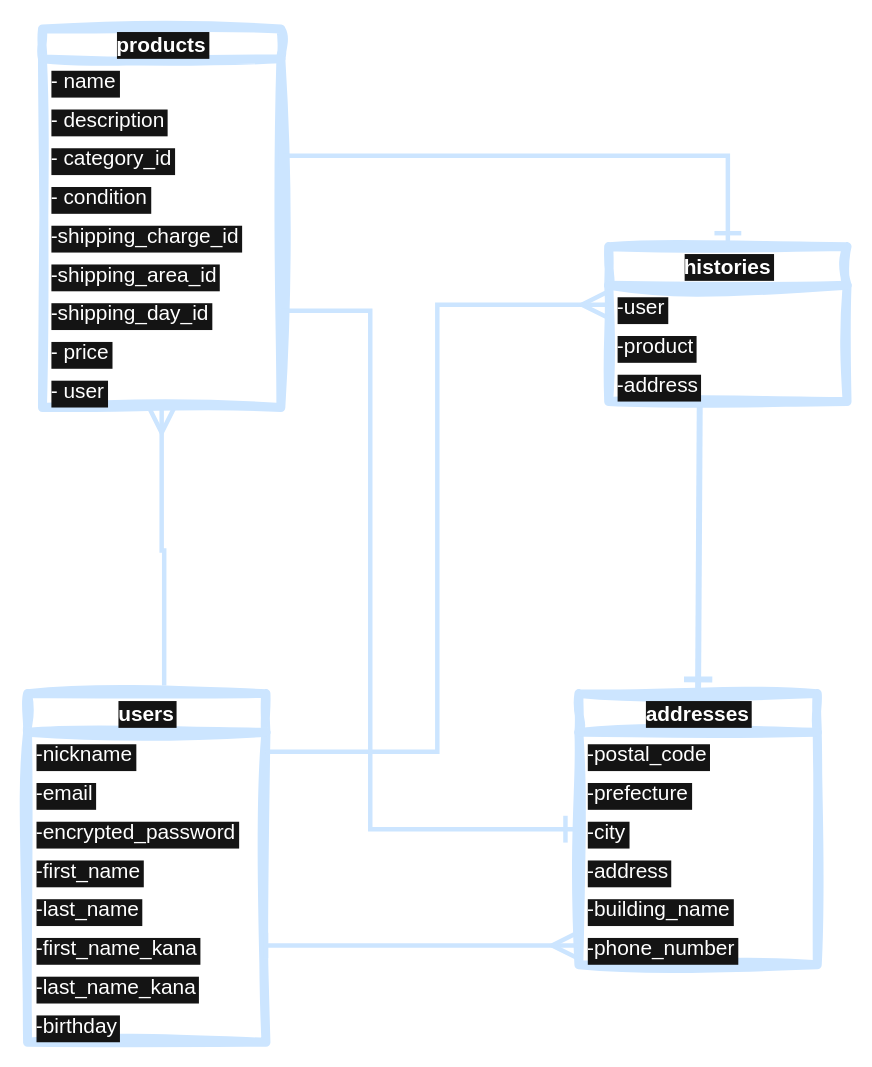
This is furima.dio from ganaha-mikoto/furima-40447, a draw.io file, before an edit. Source tidied: cells renumbered, new cells numbered last; positions are measured from the earlier drawing's top-left corner, leaving out a move shared by most shapes. Both pictures are drawn from the tidied source at 149%, with x=0, y=0 at pixel (27, 28).
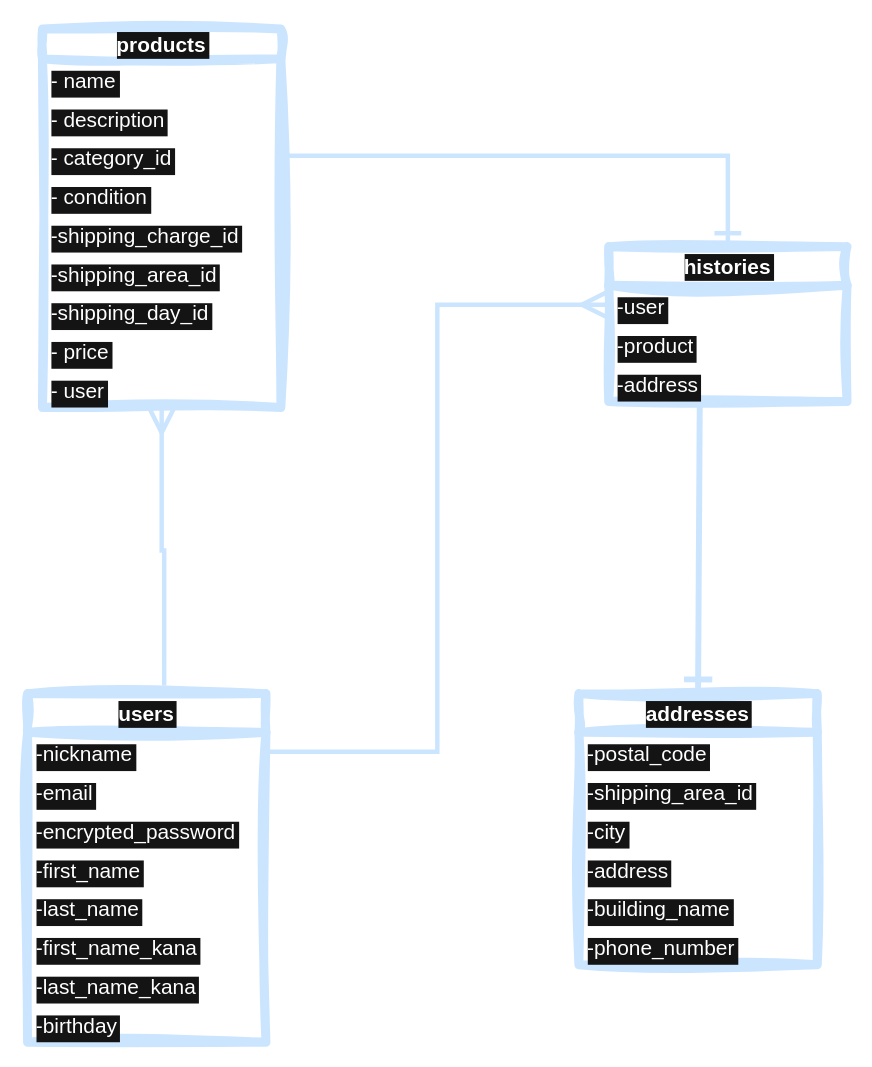
The same diagram, later.

Commit message (it also covers changes not shown here):
不要なオプションの削除

activehashのdefault: 0のオプション削除

The change refers to these unchanged cells:
```xml
<mxCell id="10" value="-first_name_kana" style="text;strokeColor=none;fillColor=none;align=left;verticalAlign=top;spacingLeft=4;spacingRight=4;overflow=hidden;points=[[0,0.5],[1,0.5]];portConstraint=eastwest;shadow=0;labelBackgroundColor=#141414;labelBorderColor=none;sketch=1;hachureGap=4;jiggle=2;curveFitting=1;strokeWidth=6;fontFamily=Helvetica;fontSize=14;fontColor=#FFFFFF;html=0;" parent="4" vertex="1">
  <mxGeometry y="156" width="160" height="26" as="geometry" />
</mxCell>
<mxCell id="13" value="addresses" style="swimlane;fontStyle=1;horizontal=1;startSize=26;shadow=0;labelBackgroundColor=#141414;labelBorderColor=none;sketch=1;hachureGap=4;jiggle=2;curveFitting=1;strokeColor=#CCE5FF;strokeWidth=6;fontFamily=Helvetica;fontSize=14;fontColor=#FFFFFF;fillColor=#FFFFFF;html=0;" parent="3" vertex="1">
  <mxGeometry x="370" y="446" width="160" height="182" as="geometry" />
</mxCell>
<mxCell id="16" value="-city" style="text;strokeColor=none;fillColor=none;align=left;verticalAlign=top;spacingLeft=4;spacingRight=4;overflow=hidden;points=[[0,0.5],[1,0.5]];portConstraint=eastwest;shadow=0;labelBackgroundColor=#141414;labelBorderColor=none;sketch=1;hachureGap=4;jiggle=2;curveFitting=1;strokeWidth=6;fontFamily=Helvetica;fontSize=14;fontColor=#FFFFFF;html=0;" parent="13" vertex="1">
  <mxGeometry y="78" width="160" height="26" as="geometry" />
</mxCell>
<mxCell id="19" value="-phone_number" style="text;strokeColor=none;fillColor=none;align=left;verticalAlign=top;spacingLeft=4;spacingRight=4;overflow=hidden;points=[[0,0.5],[1,0.5]];portConstraint=eastwest;shadow=0;labelBackgroundColor=#141414;labelBorderColor=none;sketch=1;hachureGap=4;jiggle=2;curveFitting=1;strokeWidth=6;fontFamily=Helvetica;fontSize=14;fontColor=#FFFFFF;html=0;" parent="13" vertex="1">
  <mxGeometry y="156" width="160" height="26" as="geometry" />
</mxCell>
<mxCell id="28" value="-shipping_day_id" style="text;strokeColor=none;fillColor=none;align=left;verticalAlign=top;spacingLeft=4;spacingRight=4;overflow=hidden;points=[[0,0.5],[1,0.5]];portConstraint=eastwest;shadow=0;labelBackgroundColor=#141414;labelBorderColor=none;sketch=1;hachureGap=4;jiggle=2;curveFitting=1;strokeWidth=6;fontFamily=Helvetica;fontSize=14;fontColor=#FFFFFF;html=0;" parent="21" vertex="1">
  <mxGeometry y="176" width="160" height="26" as="geometry" />
</mxCell>
```

What changed in the source:
```diff
@@
-    <mxCell id="15" value="-prefecture" style="text;strokeColor=none;fillColor=none;align=left;verticalAlign=top;spacingLeft=4;spacingRight=4;overflow=hidden;shadow=0;labelBackgroundColor=#141414;labelBorderColor=none;sketch=1;hachureGap=4;jiggle=2;curveFitting=1;strokeWidth=6;fontFamily=Helvetica;fontSize=14;fontColor=#FFFFFF;html=0;" parent="13" vertex="1">
+    <mxCell id="15" value="-shipping_area_id" style="text;strokeColor=none;fillColor=none;align=left;verticalAlign=top;spacingLeft=4;spacingRight=4;overflow=hidden;shadow=0;labelBackgroundColor=#141414;labelBorderColor=none;sketch=1;hachureGap=4;jiggle=2;curveFitting=1;strokeWidth=6;fontFamily=Helvetica;fontSize=14;fontColor=#FFFFFF;html=0;" parent="13" vertex="1">
       <mxGeometry y="52" width="160" height="26" as="geometry" />
     </mxCell>
@@
-    <mxCell id="36" style="edgeStyle=orthogonalEdgeStyle;shape=connector;rounded=0;hachureGap=4;html=1;exitX=1;exitY=0.5;exitDx=0;exitDy=0;entryX=0;entryY=0.5;entryDx=0;entryDy=0;shadow=0;labelBackgroundColor=none;labelBorderColor=none;strokeColor=#CCE5FF;strokeWidth=3;fontFamily=Helvetica;fontSize=14;fontColor=#FFFFFF;startArrow=baseDash;startFill=0;endArrow=ERmany;endFill=0;startSize=13;endSize=14;fillColor=#bac8d3;" parent="3" edge="1" source="10" target="19">
-      <mxGeometry relative="1" as="geometry" />
-    </mxCell>
-    <mxCell id="37" style="edgeStyle=orthogonalEdgeStyle;shape=connector;rounded=0;hachureGap=4;html=1;exitX=1;exitY=0.5;exitDx=0;exitDy=0;entryX=0;entryY=0.5;entryDx=0;entryDy=0;shadow=0;labelBackgroundColor=none;labelBorderColor=none;strokeColor=#CCE5FF;strokeWidth=3;fontFamily=Helvetica;fontSize=14;fontColor=#FFFFFF;startArrow=none;startFill=0;endArrow=ERone;endFill=0;startSize=13;endSize=14;fillColor=#bac8d3;" parent="3" edge="1" source="28" target="16">
-      <mxGeometry relative="1" as="geometry">
-        <Array as="points">
-          <mxPoint x="230" y="189" />
-          <mxPoint x="230" y="537" />
-        </Array>
-      </mxGeometry>
-    </mxCell>
```
